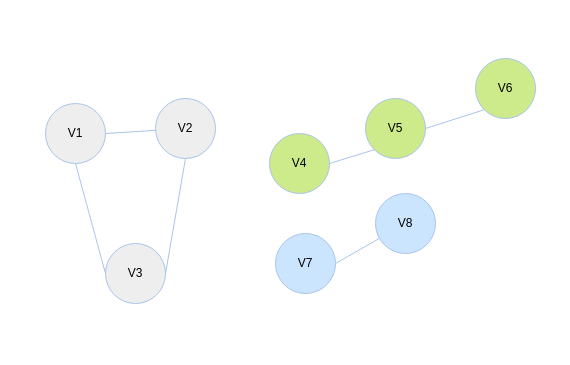
Before: page "聚类过程" (3 of 3) of paper/ BOCEDS.drawio in qin8948050/diagram, a draw.io diagram. Source tidied: cells renumbered, new cells numbered last; positions are measured from the earlier drawing's top-left corner, leaving out a move shared by most shapes. Both pictures are drawn from the tidied source at 100%, with x=0, y=0 at pixel (45, 58).
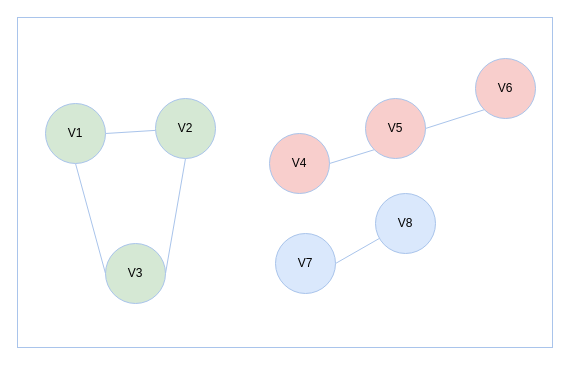
After the change.

The edit, as a diff of the source:
```diff
@@
 <mxGraphModel>
   <root>
     <mxCell id="0" />
     <mxCell id="1" parent="0" />
+    <mxCell id="16" style="rounded=0;whiteSpace=wrap;html=1;strokeColor=#A9C4EB;fillColor=none;" parent="1" vertex="1">
+      <mxGeometry x="-28" y="-41" width="535" height="330" as="geometry" />
+    </mxCell>
-    <mxCell id="2" style="rounded=0;jettySize=auto;html=1;exitX=1;exitY=0.5;exitDx=0;exitDy=0;endArrow=none;endFill=0;strokeColor=#A9C4EB;" parent="1" edge="1" source="4" target="6">
+    <mxCell id="2" style="rounded=0;jettySize=auto;html=1;exitX=1;exitY=0.5;exitDx=0;exitDy=0;endArrow=none;endFill=0;strokeColor=#A9C4EB;fillColor=#d5e8d4;" parent="1" edge="1" source="4" target="6">
       <mxGeometry relative="1" as="geometry" />
     </mxCell>
-    <mxCell id="3" style="rounded=0;jettySize=auto;html=1;exitX=0.5;exitY=1;exitDx=0;exitDy=0;entryX=0;entryY=0.5;entryDx=0;entryDy=0;endArrow=none;endFill=0;strokeColor=#A9C4EB;" parent="1" edge="1" source="4" target="7">
+    <mxCell id="3" style="rounded=0;jettySize=auto;html=1;exitX=0.5;exitY=1;exitDx=0;exitDy=0;entryX=0;entryY=0.5;entryDx=0;entryDy=0;endArrow=none;endFill=0;strokeColor=#A9C4EB;fillColor=#d5e8d4;" parent="1" edge="1" source="4" target="7">
       <mxGeometry relative="1" as="geometry" />
     </mxCell>
-    <mxCell id="4" value="V1" style="ellipse;whiteSpace=wrap;html=1;fillColor=#eeeeee;strokeColor=#A9C4EB;" parent="1" vertex="1">
+    <mxCell id="4" value="V1" style="ellipse;whiteSpace=wrap;html=1;fillColor=#d5e8d4;strokeColor=#A9C4EB;" parent="1" vertex="1">
       <mxGeometry y="45" width="60" height="60" as="geometry" />
     </mxCell>
-    <mxCell id="5" style="rounded=0;jettySize=auto;html=1;exitX=0.5;exitY=1;exitDx=0;exitDy=0;entryX=1;entryY=0.5;entryDx=0;entryDy=0;endArrow=none;endFill=0;strokeColor=#A9C4EB;" parent="1" edge="1" source="6" target="7">
+    <mxCell id="5" style="rounded=0;jettySize=auto;html=1;exitX=0.5;exitY=1;exitDx=0;exitDy=0;entryX=1;entryY=0.5;entryDx=0;entryDy=0;endArrow=none;endFill=0;strokeColor=#A9C4EB;fillColor=#d5e8d4;" parent="1" edge="1" source="6" target="7">
       <mxGeometry relative="1" as="geometry" />
     </mxCell>
-    <mxCell id="6" value="V2" style="ellipse;whiteSpace=wrap;html=1;fillColor=#eeeeee;strokeColor=#A9C4EB;" parent="1" vertex="1">
+    <mxCell id="6" value="V2" style="ellipse;whiteSpace=wrap;html=1;fillColor=#d5e8d4;strokeColor=#A9C4EB;" parent="1" vertex="1">
       <mxGeometry x="110" y="40" width="60" height="60" as="geometry" />
     </mxCell>
-    <mxCell id="7" value="V3" style="ellipse;whiteSpace=wrap;html=1;fillColor=#eeeeee;strokeColor=#A9C4EB;" parent="1" vertex="1">
+    <mxCell id="7" value="V3" style="ellipse;whiteSpace=wrap;html=1;fillColor=#d5e8d4;strokeColor=#A9C4EB;" parent="1" vertex="1">
       <mxGeometry x="60" y="185" width="60" height="60" as="geometry" />
     </mxCell>
     <mxCell id="8" style="rounded=0;jettySize=auto;html=1;exitX=1;exitY=0.5;exitDx=0;exitDy=0;entryX=0;entryY=1;entryDx=0;entryDy=0;endArrow=none;endFill=0;strokeColor=#A9C4EB;" parent="1" edge="1" source="9" target="12">
       <mxGeometry relative="1" as="geometry" />
     </mxCell>
-    <mxCell id="9" value="V4" style="ellipse;whiteSpace=wrap;html=1;fillColor=#cdeb8b;strokeColor=#A9C4EB;" parent="1" vertex="1">
+    <mxCell id="9" value="V4" style="ellipse;whiteSpace=wrap;html=1;fillColor=#f8cecc;strokeColor=#A9C4EB;" parent="1" vertex="1">
       <mxGeometry x="224" y="75" width="60" height="60" as="geometry" />
     </mxCell>
-    <mxCell id="10" value="V6" style="ellipse;whiteSpace=wrap;html=1;fillColor=#cdeb8b;strokeColor=#A9C4EB;" parent="1" vertex="1">
+    <mxCell id="10" value="V6" style="ellipse;whiteSpace=wrap;html=1;fillColor=#f8cecc;strokeColor=#A9C4EB;" parent="1" vertex="1">
       <mxGeometry x="430" width="60" height="60" as="geometry" />
     </mxCell>
     <mxCell id="11" style="rounded=0;jettySize=auto;html=1;exitX=1;exitY=0.5;exitDx=0;exitDy=0;entryX=0;entryY=1;entryDx=0;entryDy=0;endArrow=none;endFill=0;strokeColor=#A9C4EB;" parent="1" edge="1" source="12" target="10">
       <mxGeometry relative="1" as="geometry" />
     </mxCell>
-    <mxCell id="12" value="V5" style="ellipse;whiteSpace=wrap;html=1;fillColor=#cdeb8b;strokeColor=#A9C4EB;" parent="1" vertex="1">
+    <mxCell id="12" value="V5" style="ellipse;whiteSpace=wrap;html=1;fillColor=#f8cecc;strokeColor=#A9C4EB;" parent="1" vertex="1">
       <mxGeometry x="320" y="40" width="60" height="60" as="geometry" />
     </mxCell>
     <mxCell id="13" style="rounded=0;jettySize=auto;html=1;exitX=1;exitY=0.5;exitDx=0;exitDy=0;endArrow=none;endFill=0;strokeColor=#A9C4EB;" parent="1" edge="1" source="14" target="15">
       <mxGeometry relative="1" as="geometry" />
     </mxCell>
-    <mxCell id="14" value="V7" style="ellipse;whiteSpace=wrap;html=1;fillColor=#cce5ff;strokeColor=#A9C4EB;" parent="1" vertex="1">
+    <mxCell id="14" value="V7" style="ellipse;whiteSpace=wrap;html=1;fillColor=#dae8fc;strokeColor=#A9C4EB;" parent="1" vertex="1">
       <mxGeometry x="230" y="175" width="60" height="60" as="geometry" />
     </mxCell>
-    <mxCell id="15" value="V8" style="ellipse;whiteSpace=wrap;html=1;fillColor=#cce5ff;strokeColor=#A9C4EB;" parent="1" vertex="1">
+    <mxCell id="15" value="V8" style="ellipse;whiteSpace=wrap;html=1;fillColor=#dae8fc;strokeColor=#A9C4EB;" parent="1" vertex="1">
       <mxGeometry x="330" y="135" width="60" height="60" as="geometry" />
     </mxCell>
   </root>
 </mxGraphModel>
```
